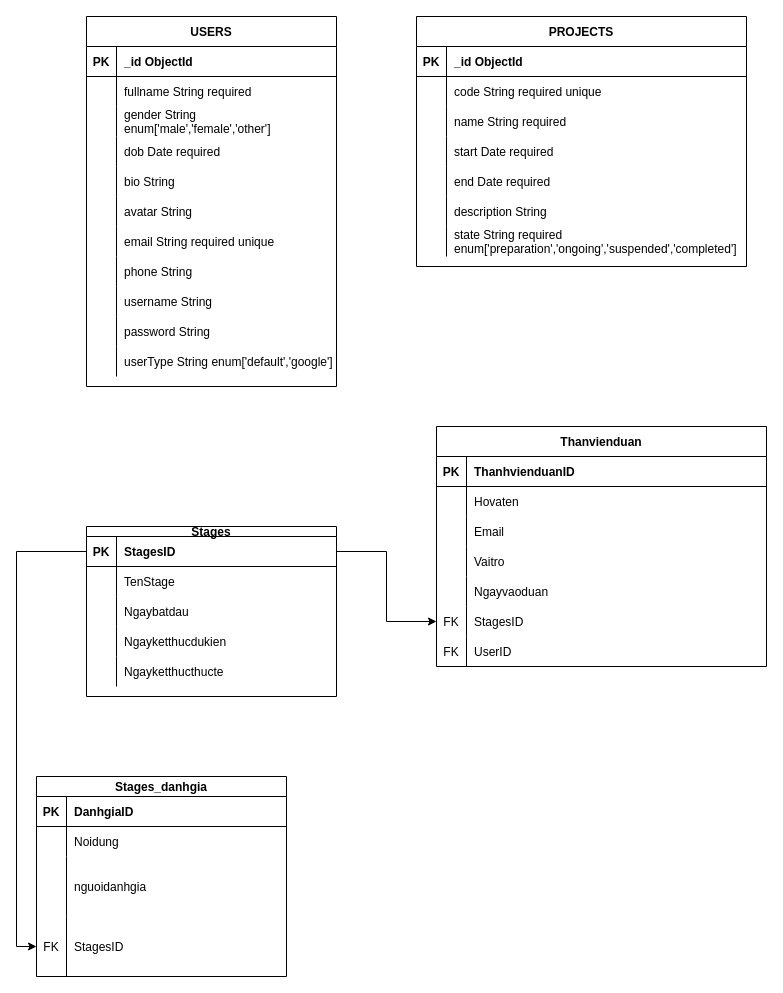
This is Untitled Diagram.drawio from mqdo/pnl-x10-2-backend, a draw.io file, before an edit. Source tidied: cells renumbered, new cells numbered last; positions are measured from the earlier drawing's top-left corner, leaving out a move shared by most shapes. Both pictures are drawn from the tidied source at 100%, with x=0, y=0 at pixel (36, 16).
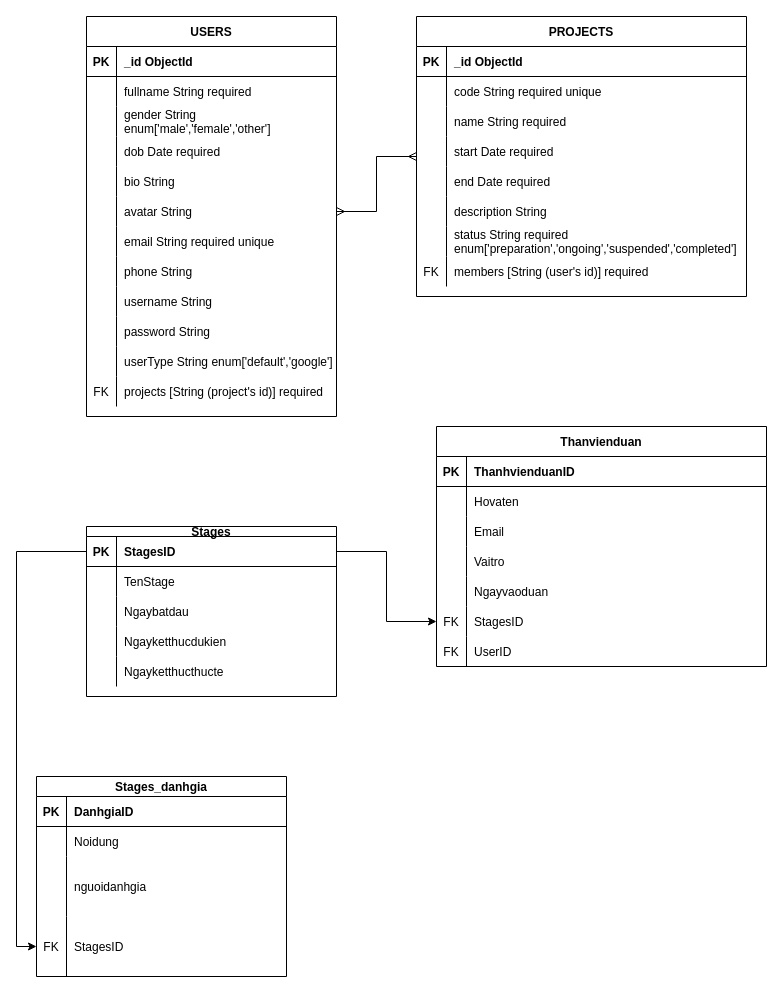
The same page after the edit.

Commit message:
Update Untitled Diagram.drawio (Users and Projects)

Unchanged cells that the change refers to:
```xml
<mxCell id="21" style="shape=partialRectangle;fillColor=none;top=0;left=0;right=0;bottom=0;" parent="2" vertex="1">
  <mxGeometry y="210" width="330" height="30" as="geometry" />
</mxCell>
<mxCell id="40" style="shape=partialRectangle;fillColor=none;points=[[0,0.5],[1,0.5]];portConstraint=eastwest;top=0;left=0;right=0;bottom=0;" parent="24" vertex="1">
  <mxGeometry y="180" width="250" height="30" as="geometry" />
</mxCell>
```

Change to the diagram source:
```diff
@@
+    <mxCell id="111" style="edgeStyle=orthogonalEdgeStyle;rounded=0;jettySize=auto;html=1;entryX=1;entryY=0.5;entryDx=0;entryDy=0;endArrow=ERmany;endFill=0;startArrow=ERmany;startFill=0;" parent="1" edge="1" source="2" target="40">
+      <mxGeometry relative="1" as="geometry" />
+    </mxCell>
     <mxCell id="2" value="PROJECTS" style="shape=table;startSize=30;childLayout=tableLayout;rowLines=0;fontStyle=1;align=center;" parent="1" vertex="1">
-      <mxGeometry x="380" width="330" height="250" as="geometry" />
+      <mxGeometry x="380" width="330" height="280" as="geometry" />
     </mxCell>
@@
-    <mxCell id="23" value="state String required&#10;enum['preparation','ongoing','suspended','completed']" style="shape=partialRectangle;overflow=hidden;fillColor=none;top=0;left=0;bottom=0;right=0;align=left;spacingLeft=6;" parent="21" vertex="1">
+    <mxCell id="23" value="status String required&#10;enum['preparation','ongoing','suspended','completed']" style="shape=partialRectangle;overflow=hidden;fillColor=none;top=0;left=0;bottom=0;right=0;align=left;spacingLeft=6;" parent="21" vertex="1">
       <mxGeometry x="30" width="300" height="30" as="geometry" />
     </mxCell>
+    <mxCell id="112" style="shape=partialRectangle;fillColor=none;top=0;left=0;right=0;bottom=0;" parent="2" vertex="1">
+      <mxGeometry y="240" width="330" height="30" as="geometry" />
+    </mxCell>
+    <mxCell id="113" value="FK" style="shape=partialRectangle;overflow=hidden;fillColor=none;top=0;left=0;bottom=0;right=0;" parent="112" vertex="1">
+      <mxGeometry width="30" height="30" as="geometry" />
+    </mxCell>
+    <mxCell id="114" value="members [String (user's id)] required" style="shape=partialRectangle;overflow=hidden;fillColor=none;top=0;left=0;bottom=0;right=0;align=left;spacingLeft=6;" parent="112" vertex="1">
+      <mxGeometry x="30" width="300" height="30" as="geometry" />
+    </mxCell>
     <mxCell id="24" value="USERS" style="shape=table;startSize=30;childLayout=tableLayout;rowLines=0;fontStyle=1;align=center;" parent="1" vertex="1">
-      <mxGeometry x="50" width="250" height="370" as="geometry" />
+      <mxGeometry x="50" width="250" height="400" as="geometry" />
     </mxCell>
@@
+    <mxCell id="115" style="shape=partialRectangle;fillColor=none;top=0;left=0;right=0;bottom=0;" parent="24" vertex="1">
+      <mxGeometry y="360" width="250" height="30" as="geometry" />
+    </mxCell>
+    <mxCell id="116" value="FK" style="shape=partialRectangle;overflow=hidden;fillColor=none;top=0;left=0;bottom=0;right=0;" parent="115" vertex="1">
+      <mxGeometry width="30" height="30" as="geometry" />
+    </mxCell>
+    <mxCell id="117" value="projects [String (project's id)] required " style="shape=partialRectangle;overflow=hidden;fillColor=none;top=0;left=0;bottom=0;right=0;align=left;spacingLeft=6;" parent="115" vertex="1">
+      <mxGeometry x="30" width="220" height="30" as="geometry" />
+    </mxCell>
```
